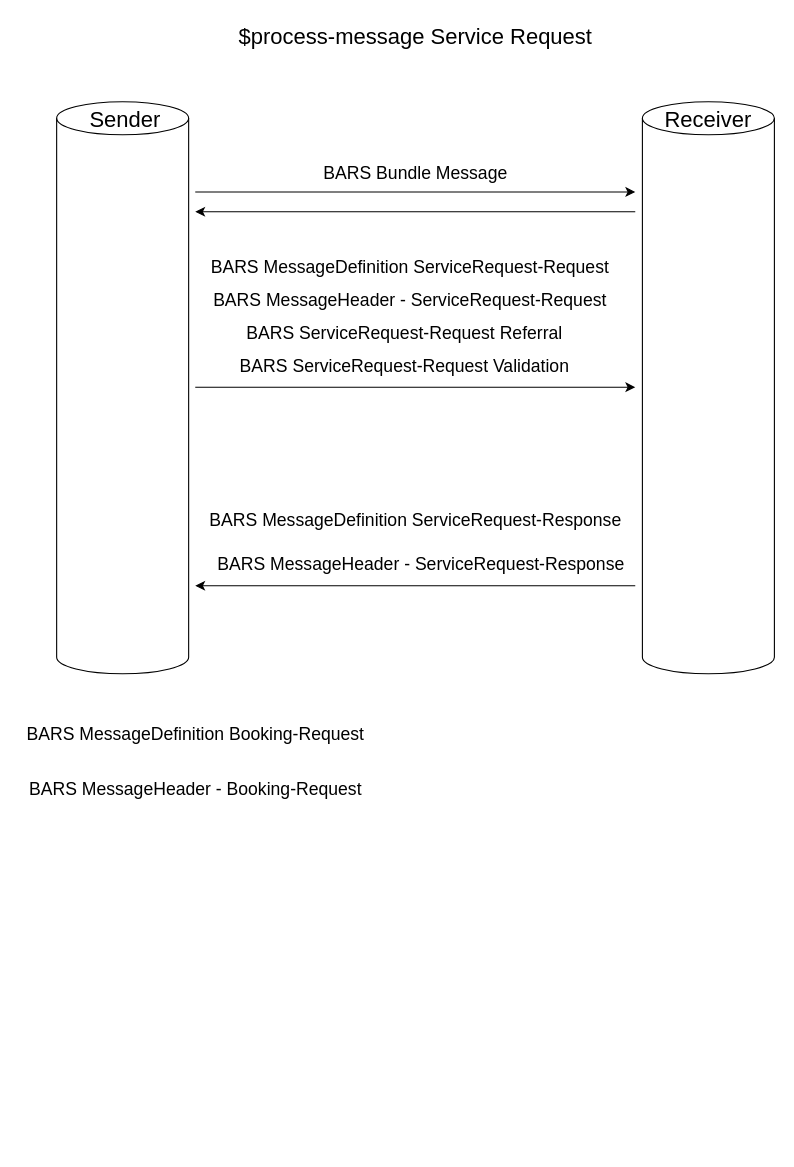
Above: Untitled Diagram.drawio in NaminderSoorma/draw.io (draw.io), before the change. Source tidied: cells renumbered, new cells numbered last; positions are measured from the earlier drawing's top-left corner, leaving out a move shared by most shapes. Both pictures are drawn from the tidied source at 110%, with x=0, y=0 at pixel (19, 19).
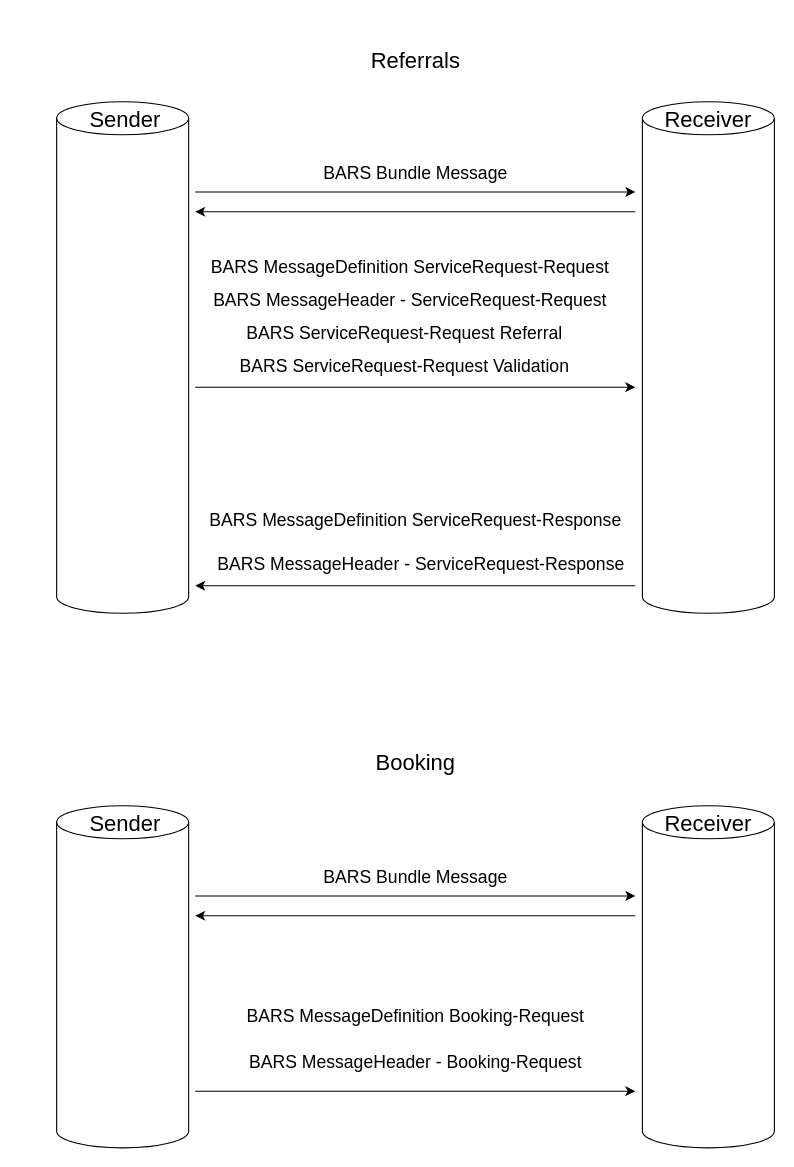
After the change.

Change to the diagram source:
```diff
@@
     <mxCell id="2" style="shape=cylinder3;whiteSpace=wrap;html=1;boundedLbl=1;backgroundOutline=1;size=15;fontSize=16;" parent="1" vertex="1">
-      <mxGeometry x="566.5" y="75" width="120" height="520" as="geometry" />
+      <mxGeometry x="566.5" y="75" width="120" height="465" as="geometry" />
     </mxCell>
     <mxCell id="3" style="shape=cylinder3;whiteSpace=wrap;html=1;boundedLbl=1;backgroundOutline=1;size=15;fontSize=16;" parent="1" vertex="1">
-      <mxGeometry x="34" y="75" width="120" height="520" as="geometry" />
+      <mxGeometry x="34" y="75" width="120" height="465" as="geometry" />
     </mxCell>
@@
-    <mxCell id="6" value="$process-message Service Request" style="text;html=1;align=center;verticalAlign=middle;fillColor=none;strokeColor=none;rounded=0;fontSize=20;" parent="1" vertex="1">
-      <mxGeometry x="190" width="340" height="30" as="geometry" />
+    <mxCell id="6" value="Referrals" style="text;html=1;align=center;verticalAlign=middle;fillColor=none;strokeColor=none;rounded=0;fontSize=20;" parent="1" vertex="1">
+      <mxGeometry x="310" y="22" width="100" height="30" as="geometry" />
     </mxCell>
@@
     <mxCell id="8" value="BARS MessageDefinition Booking-Request" style="text;html=1;align=center;verticalAlign=middle;fillColor=none;strokeColor=none;rounded=0;fontSize=16;" parent="1" vertex="1">
-      <mxGeometry y="640" width="320" height="20" as="geometry" />
+      <mxGeometry x="200.2" y="896" width="320" height="20" as="geometry" />
     </mxCell>
@@
     <mxCell id="11" value="BARS MessageHeader - Booking-Request" style="text;html=1;align=center;verticalAlign=middle;fillColor=none;strokeColor=none;rounded=0;fontSize=16;" parent="1" vertex="1">
-      <mxGeometry y="690" width="320" height="20" as="geometry" />
+      <mxGeometry x="200.2" y="937.5" width="320" height="20" as="geometry" />
     </mxCell>
@@
+    <mxCell id="20" style="shape=cylinder3;whiteSpace=wrap;html=1;boundedLbl=1;backgroundOutline=1;size=15;fontSize=16;" parent="1" vertex="1">
+      <mxGeometry x="566.5" y="715" width="120" height="311" as="geometry" />
+    </mxCell>
+    <mxCell id="21" style="shape=cylinder3;whiteSpace=wrap;html=1;boundedLbl=1;backgroundOutline=1;size=15;fontSize=16;" parent="1" vertex="1">
+      <mxGeometry x="34" y="715" width="120" height="311" as="geometry" />
+    </mxCell>
+    <mxCell id="22" value="Sender" style="text;html=1;align=center;verticalAlign=middle;fillColor=none;strokeColor=none;rounded=0;fontSize=20;" parent="1" vertex="1">
+      <mxGeometry x="55.5" y="715" width="80" height="30" as="geometry" />
+    </mxCell>
+    <mxCell id="23" value="Receiver" style="text;html=1;align=center;verticalAlign=middle;fillColor=none;strokeColor=none;rounded=0;fontSize=20;" parent="1" vertex="1">
+      <mxGeometry x="580.5" y="715" width="90" height="30" as="geometry" />
+    </mxCell>
+    <mxCell id="24" value="Booking" style="text;html=1;align=center;verticalAlign=middle;fillColor=none;strokeColor=none;rounded=0;fontSize=20;" parent="1" vertex="1">
+      <mxGeometry x="315" y="660" width="90" height="30" as="geometry" />
+    </mxCell>
+    <mxCell id="25" value="BARS Bundle Message" style="text;html=1;align=center;verticalAlign=middle;fillColor=none;strokeColor=none;rounded=0;fontSize=16;" parent="1" vertex="1">
+      <mxGeometry x="270" y="770" width="180" height="20" as="geometry" />
+    </mxCell>
+    <mxCell id="26" style="endArrow=classic;html=1;rounded=0;fontSize=16;" parent="1" edge="1">
+      <mxGeometry relative="1" as="geometry">
+        <mxPoint x="160" y="797" as="sourcePoint" />
+        <mxPoint x="560" y="797" as="targetPoint" />
+      </mxGeometry>
+    </mxCell>
+    <mxCell id="27" style="endArrow=classic;html=1;rounded=0;fontSize=16;" parent="1" edge="1">
+      <mxGeometry relative="1" as="geometry">
+        <mxPoint x="560" y="815" as="sourcePoint" />
+        <mxPoint x="160" y="815" as="targetPoint" />
+      </mxGeometry>
+    </mxCell>
+    <mxCell id="28" style="endArrow=classic;html=1;rounded=0;fontSize=16;" parent="1" edge="1">
+      <mxGeometry relative="1" as="geometry">
+        <mxPoint x="160" y="974.5" as="sourcePoint" />
+        <mxPoint x="560" y="974.5" as="targetPoint" />
+      </mxGeometry>
+    </mxCell>
```
